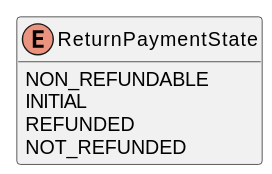
This is uml/api/svg/ReturnPaymentState.svg from commercetools/commercetools-api-reference, a PlantUML export, as it was before one commit.
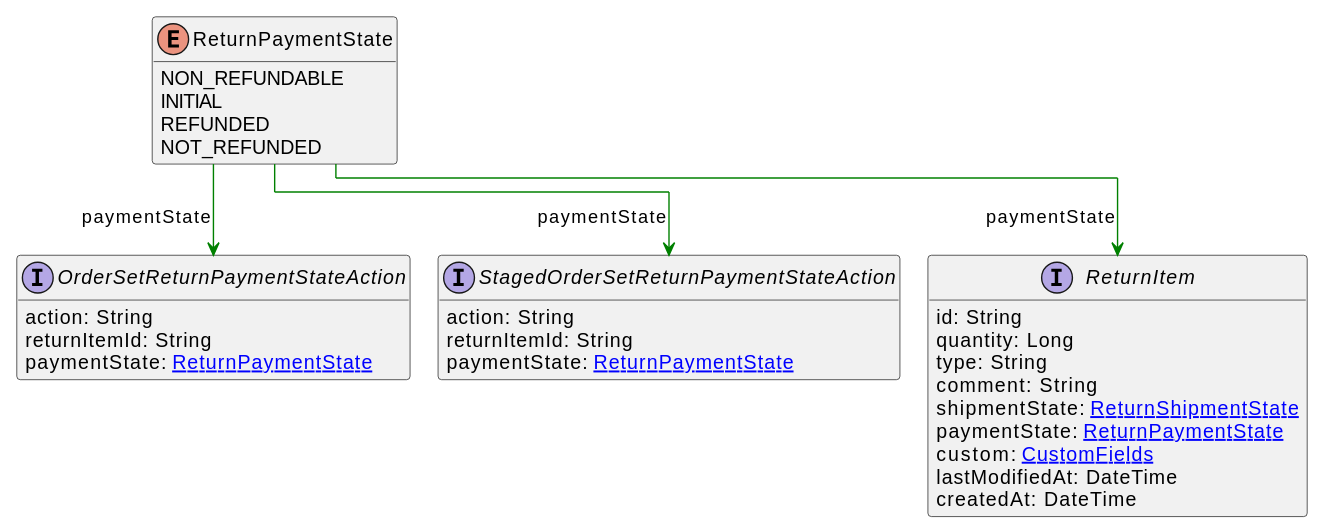
Later version of the same file.

Diff of the diagram source:
```diff
@@ -7,6 +7,28 @@
     REFUNDED
     NOT_REFUNDED
 }
-
-
+interface StagedOrderSetReturnPaymentStateAction [[StagedOrderSetReturnPaymentStateAction.svg]]  {
+    action: String
+    returnItemId: String
+    paymentState: [[ReturnPaymentState.svg ReturnPaymentState]]
+}
+interface ReturnItem [[ReturnItem.svg]]  {
+    id: String
+    quantity: Long
+    type: String
+    comment: String
+    shipmentState: [[ReturnShipmentState.svg ReturnShipmentState]]
+    paymentState: [[ReturnPaymentState.svg ReturnPaymentState]]
+    custom: [[CustomFields.svg CustomFields]]
+    lastModifiedAt: DateTime
+    createdAt: DateTime
+}
+interface OrderSetReturnPaymentStateAction [[OrderSetReturnPaymentStateAction.svg]]  {
+    action: String
+    returnItemId: String
+    paymentState: [[ReturnPaymentState.svg ReturnPaymentState]]
+}
+ReturnPaymentState --> StagedOrderSetReturnPaymentStateAction #green;text:green : "paymentState"
+ReturnPaymentState --> ReturnItem #green;text:green : "paymentState"
+ReturnPaymentState --> OrderSetReturnPaymentStateAction #green;text:green : "paymentState"
 @enduml
```
